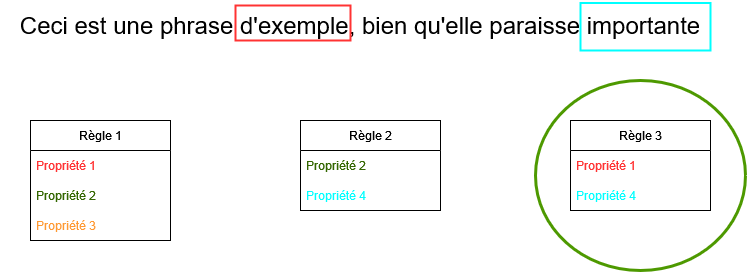
Above: documentation/assets/rule_based_rule2.drawio.png in f-rdrgs/projet-bachelor (draw.io), before the change. Source tidied: cells renumbered, new cells last; positions are measured from the earlier drawing's top-left corner, leaving out a move shared by most shapes.
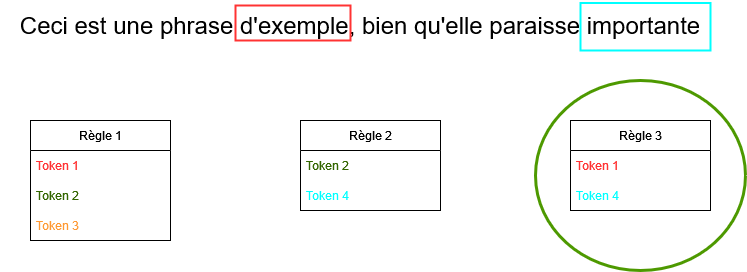
The same file after the commit.

Diff of the diagram source:
```diff
@@ -14,31 +14,31 @@
     <mxCell id="5" value="Règle 1" style="swimlane;fontStyle=0;horizontal=1;startSize=30;whiteSpace=wrap;html=1;" parent="1" vertex="1">
       <mxGeometry x="30" y="120" width="140" height="120" as="geometry" />
     </mxCell>
-    <mxCell id="6" value="&lt;font color=&quot;#ff3333&quot;&gt;Propriété 1&lt;br&gt;&lt;/font&gt;" style="text;strokeColor=none;fillColor=none;align=left;verticalAlign=middle;spacingLeft=4;spacingRight=4;overflow=hidden;whiteSpace=wrap;html=1;" parent="5" vertex="1">
+    <mxCell id="6" value="&lt;font color=&quot;#ff3333&quot;&gt;Token 1&lt;br&gt;&lt;/font&gt;" style="text;strokeColor=none;fillColor=none;align=left;verticalAlign=middle;spacingLeft=4;spacingRight=4;overflow=hidden;whiteSpace=wrap;html=1;" parent="5" vertex="1">
       <mxGeometry y="30" width="140" height="30" as="geometry" />
     </mxCell>
-    <mxCell id="7" value="&lt;font color=&quot;#336600&quot;&gt;Propriété 2&lt;/font&gt;" style="text;strokeColor=none;fillColor=none;align=left;verticalAlign=middle;spacingLeft=4;spacingRight=4;overflow=hidden;whiteSpace=wrap;html=1;" parent="5" vertex="1">
+    <mxCell id="7" value="&lt;font color=&quot;#336600&quot;&gt;Token 2&lt;/font&gt;" style="text;strokeColor=none;fillColor=none;align=left;verticalAlign=middle;spacingLeft=4;spacingRight=4;overflow=hidden;whiteSpace=wrap;html=1;" parent="5" vertex="1">
       <mxGeometry y="60" width="140" height="30" as="geometry" />
     </mxCell>
-    <mxCell id="8" value="&lt;font color=&quot;#ff9933&quot;&gt;Propriété 3&lt;/font&gt;" style="text;strokeColor=none;fillColor=none;align=left;verticalAlign=middle;spacingLeft=4;spacingRight=4;overflow=hidden;whiteSpace=wrap;html=1;" parent="5" vertex="1">
+    <mxCell id="8" value="&lt;font color=&quot;#ff9933&quot;&gt;Token 3&lt;/font&gt;" style="text;strokeColor=none;fillColor=none;align=left;verticalAlign=middle;spacingLeft=4;spacingRight=4;overflow=hidden;whiteSpace=wrap;html=1;" parent="5" vertex="1">
       <mxGeometry y="90" width="140" height="30" as="geometry" />
     </mxCell>
     <mxCell id="9" value="Règle 2" style="swimlane;fontStyle=0;horizontal=1;startSize=30;whiteSpace=wrap;html=1;" parent="1" vertex="1">
       <mxGeometry x="300" y="120" width="140" height="90" as="geometry" />
     </mxCell>
-    <mxCell id="10" value="&lt;font color=&quot;#336600&quot;&gt;Propriété 2&lt;/font&gt;" style="text;strokeColor=none;fillColor=none;align=left;verticalAlign=middle;spacingLeft=4;spacingRight=4;overflow=hidden;whiteSpace=wrap;html=1;" parent="9" vertex="1">
+    <mxCell id="10" value="&lt;font color=&quot;#336600&quot;&gt;Token 2&lt;/font&gt;" style="text;strokeColor=none;fillColor=none;align=left;verticalAlign=middle;spacingLeft=4;spacingRight=4;overflow=hidden;whiteSpace=wrap;html=1;" parent="9" vertex="1">
       <mxGeometry y="30" width="140" height="30" as="geometry" />
     </mxCell>
-    <mxCell id="11" value="&lt;font color=&quot;#00ffff&quot;&gt;Propriété 4&lt;br&gt;&lt;/font&gt;" style="text;strokeColor=none;fillColor=none;align=left;verticalAlign=middle;spacingLeft=4;spacingRight=4;overflow=hidden;whiteSpace=wrap;html=1;" parent="9" vertex="1">
+    <mxCell id="11" value="&lt;font color=&quot;#00ffff&quot;&gt;Token 4&lt;br&gt;&lt;/font&gt;" style="text;strokeColor=none;fillColor=none;align=left;verticalAlign=middle;spacingLeft=4;spacingRight=4;overflow=hidden;whiteSpace=wrap;html=1;" parent="9" vertex="1">
       <mxGeometry y="60" width="140" height="30" as="geometry" />
     </mxCell>
     <mxCell id="12" value="Règle 3" style="swimlane;fontStyle=0;horizontal=1;startSize=30;whiteSpace=wrap;html=1;" parent="1" vertex="1">
       <mxGeometry x="570" y="120" width="140" height="90" as="geometry" />
     </mxCell>
-    <mxCell id="13" value="&lt;font color=&quot;#ff3333&quot;&gt;Propriété 1&lt;br&gt;&lt;/font&gt;" style="text;strokeColor=none;fillColor=none;align=left;verticalAlign=middle;spacingLeft=4;spacingRight=4;overflow=hidden;whiteSpace=wrap;html=1;" parent="12" vertex="1">
+    <mxCell id="13" value="&lt;font color=&quot;#ff3333&quot;&gt;Token 1&lt;br&gt;&lt;/font&gt;" style="text;strokeColor=none;fillColor=none;align=left;verticalAlign=middle;spacingLeft=4;spacingRight=4;overflow=hidden;whiteSpace=wrap;html=1;" parent="12" vertex="1">
       <mxGeometry y="30" width="140" height="30" as="geometry" />
     </mxCell>
-    <mxCell id="14" value="&lt;font color=&quot;#00ffff&quot;&gt;Propriété 4&lt;br&gt;&lt;/font&gt;" style="text;strokeColor=none;fillColor=none;align=left;verticalAlign=middle;spacingLeft=4;spacingRight=4;overflow=hidden;whiteSpace=wrap;html=1;" parent="12" vertex="1">
+    <mxCell id="14" value="&lt;font color=&quot;#00ffff&quot;&gt;Token 4&lt;br&gt;&lt;/font&gt;" style="text;strokeColor=none;fillColor=none;align=left;verticalAlign=middle;spacingLeft=4;spacingRight=4;overflow=hidden;whiteSpace=wrap;html=1;" parent="12" vertex="1">
       <mxGeometry y="60" width="140" height="30" as="geometry" />
     </mxCell>
     <mxCell id="15" style="ellipse;whiteSpace=wrap;html=1;fillColor=none;strokeColor=#4D9900;strokeWidth=3;" parent="1" vertex="1">
```
